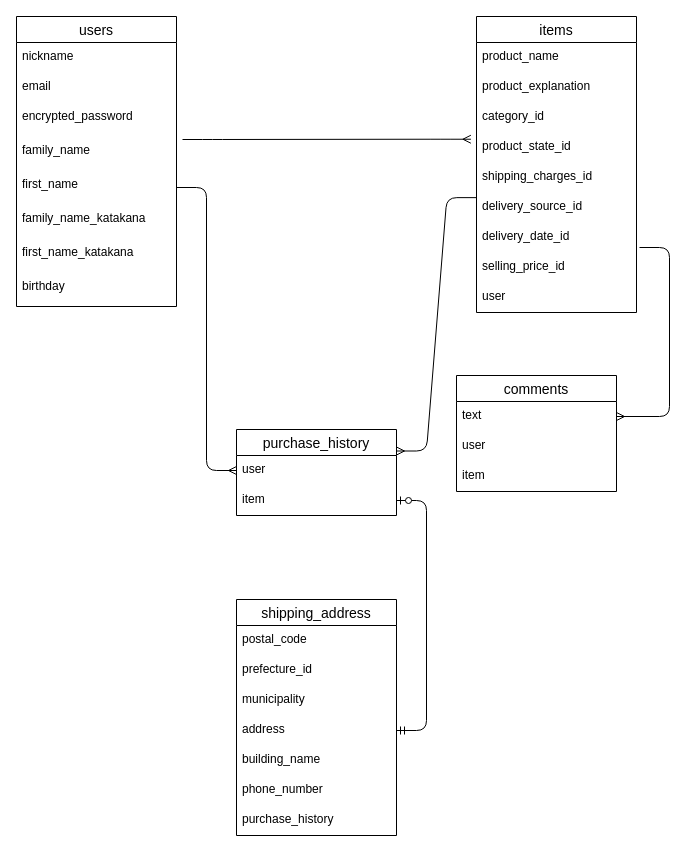
This is test.dio from kuniterukbo/furima-32573, a draw.io file, before an edit. Source tidied: cells renumbered, new cells numbered last; positions are measured from the earlier drawing's top-left corner, leaving out a move shared by most shapes. Both pictures are drawn from the tidied source at 100%, with x=0, y=0 at pixel (16, 16).
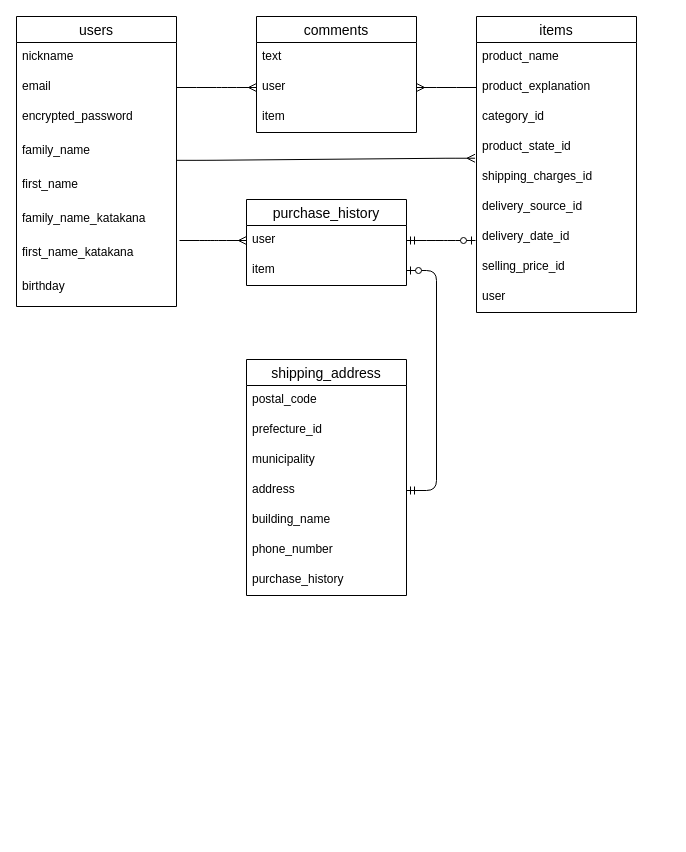
Above is the later version.

The change refers to these unchanged cells:
```xml
<mxCell id="4" value="email" style="text;strokeColor=none;fillColor=none;spacingLeft=4;spacingRight=4;overflow=hidden;points=[[0,0.5],[1,0.5]];portConstraint=eastwest;fontSize=12;" parent="2" vertex="1">
  <mxGeometry y="56" width="160" height="30" as="geometry" />
</mxCell>
<mxCell id="6" value="family_name " style="text;strokeColor=none;fillColor=none;spacingLeft=4;spacingRight=4;overflow=hidden;points=[[0,0.5],[1,0.5]];portConstraint=eastwest;fontSize=12;" parent="2" vertex="1">
  <mxGeometry y="120" width="160" height="34" as="geometry" />
</mxCell>
<mxCell id="7" value="first_name" style="text;strokeColor=none;fillColor=none;spacingLeft=4;spacingRight=4;overflow=hidden;points=[[0,0.5],[1,0.5]];portConstraint=eastwest;fontSize=12;" parent="2" vertex="1">
  <mxGeometry y="154" width="160" height="34" as="geometry" />
</mxCell>
<mxCell id="13" value="product_explanation" style="text;strokeColor=none;fillColor=none;spacingLeft=4;spacingRight=4;overflow=hidden;points=[[0,0.5],[1,0.5]];portConstraint=eastwest;fontSize=12;" parent="11" vertex="1">
  <mxGeometry y="56" width="160" height="30" as="geometry" />
</mxCell>
<mxCell id="15" value="product_state_id" style="text;strokeColor=none;fillColor=none;spacingLeft=4;spacingRight=4;overflow=hidden;points=[[0,0.5],[1,0.5]];portConstraint=eastwest;fontSize=12;" parent="11" vertex="1">
  <mxGeometry y="116" width="160" height="30" as="geometry" />
</mxCell>
<mxCell id="17" value="delivery_source_id" style="text;strokeColor=none;fillColor=none;spacingLeft=4;spacingRight=4;overflow=hidden;points=[[0,0.5],[1,0.5]];portConstraint=eastwest;fontSize=12;" parent="11" vertex="1">
  <mxGeometry y="176" width="160" height="30" as="geometry" />
</mxCell>
<mxCell id="22" value="user" style="text;strokeColor=none;fillColor=none;spacingLeft=4;spacingRight=4;overflow=hidden;points=[[0,0.5],[1,0.5]];portConstraint=eastwest;fontSize=12;" parent="21" vertex="1">
  <mxGeometry y="26" width="160" height="30" as="geometry" />
</mxCell>
<mxCell id="34" value="text" style="text;strokeColor=none;fillColor=none;spacingLeft=4;spacingRight=4;overflow=hidden;points=[[0,0.5],[1,0.5]];portConstraint=eastwest;fontSize=12;" parent="33" vertex="1">
  <mxGeometry y="26" width="160" height="30" as="geometry" />
</mxCell>
<mxCell id="35" value="user" style="text;strokeColor=none;fillColor=none;spacingLeft=4;spacingRight=4;overflow=hidden;points=[[0,0.5],[1,0.5]];portConstraint=eastwest;fontSize=12;" parent="33" vertex="1">
  <mxGeometry y="56" width="160" height="30" as="geometry" />
</mxCell>
```

Change to the diagram source:
```diff
@@
     <mxCell id="21" value="purchase_history" style="swimlane;fontStyle=0;horizontal=1;startSize=26;align=center;fontSize=14;" parent="1" vertex="1">
-      <mxGeometry x="220" y="413" width="160" height="86" as="geometry" />
+      <mxGeometry x="230" y="183" width="160" height="86" as="geometry" />
     </mxCell>
@@
     <mxCell id="24" value="shipping_address" style="swimlane;fontStyle=0;horizontal=1;startSize=26;align=center;fontSize=14;" parent="1" vertex="1">
-      <mxGeometry x="220" y="583" width="160" height="236" as="geometry" />
+      <mxGeometry x="230" y="343" width="160" height="236" as="geometry" />
     </mxCell>
@@
     <mxCell id="33" value="comments" style="swimlane;fontStyle=0;horizontal=1;startSize=26;align=center;fontSize=14;" parent="1" vertex="1">
-      <mxGeometry x="440" y="359" width="160" height="116" as="geometry" />
+      <mxGeometry x="240" width="160" height="116" as="geometry" />
     </mxCell>
@@
-    <mxCell id="37" style="edgeStyle=entityRelationEdgeStyle;fontSize=12;html=1;endArrow=ERmany;" parent="1" edge="1" target="34">
-      <mxGeometry relative="1" as="geometry">
-        <mxPoint x="623" y="231" as="sourcePoint" />
-      </mxGeometry>
+    <mxCell id="37" style="edgeStyle=entityRelationEdgeStyle;fontSize=12;html=1;endArrow=ERmany;exitX=0;exitY=0.5;exitDx=0;exitDy=0;entryX=1;entryY=0.5;entryDx=0;entryDy=0;" parent="1" edge="1" source="13" target="35">
+      <mxGeometry relative="1" as="geometry" />
     </mxCell>
-    <mxCell id="38" style="edgeStyle=entityRelationEdgeStyle;fontSize=12;html=1;endArrow=ERmany;entryX=1;entryY=0.25;entryDx=0;entryDy=0;exitX=0.002;exitY=0.171;exitDx=0;exitDy=0;exitPerimeter=0;" parent="1" edge="1" source="17" target="21">
-      <mxGeometry relative="1" as="geometry" />
-    </mxCell>
-    <mxCell id="39" style="edgeStyle=entityRelationEdgeStyle;fontSize=12;html=1;endArrow=ERmany;entryX=0;entryY=0.5;entryDx=0;entryDy=0;exitX=1;exitY=0.5;exitDx=0;exitDy=0;" parent="1" edge="1" source="7" target="22">
-      <mxGeometry relative="1" as="geometry" />
+    <mxCell id="39" style="edgeStyle=entityRelationEdgeStyle;fontSize=12;html=1;endArrow=ERmany;entryX=0;entryY=0.5;entryDx=0;entryDy=0;" parent="1" edge="1" target="22">
+      <mxGeometry relative="1" as="geometry">
+        <mxPoint x="163" y="224" as="sourcePoint" />
+      </mxGeometry>
     </mxCell>
-    <mxCell id="40" style="edgeStyle=entityRelationEdgeStyle;fontSize=12;html=1;endArrow=ERmany;entryX=-0.035;entryY=0.224;entryDx=0;entryDy=0;entryPerimeter=0;" parent="1" edge="1" target="15">
-      <mxGeometry relative="1" as="geometry">
-        <mxPoint x="166" y="123" as="sourcePoint" />
-      </mxGeometry>
+    <mxCell id="40" style="edgeStyle=entityRelationEdgeStyle;fontSize=12;html=1;endArrow=ERmany;entryX=-0.009;entryY=0.858;entryDx=0;entryDy=0;entryPerimeter=0;exitX=0.997;exitY=0.701;exitDx=0;exitDy=0;exitPerimeter=0;" parent="1" edge="1" source="6" target="15">
+      <mxGeometry relative="1" as="geometry" />
     </mxCell>
+    <mxCell id="41" style="edgeStyle=entityRelationEdgeStyle;fontSize=12;html=1;endArrow=ERzeroToOne;startArrow=ERmandOne;exitX=1;exitY=0.5;exitDx=0;exitDy=0;" parent="1" edge="1" source="22">
+      <mxGeometry relative="1" as="geometry">
+        <mxPoint x="459" y="224" as="targetPoint" />
+      </mxGeometry>
+    </mxCell>
+    <mxCell id="42" style="edgeStyle=entityRelationEdgeStyle;fontSize=12;html=1;endArrow=ERmany;exitX=1;exitY=0.5;exitDx=0;exitDy=0;entryX=0;entryY=0.5;entryDx=0;entryDy=0;" parent="1" edge="1" source="4" target="35">
+      <mxGeometry relative="1" as="geometry" />
+    </mxCell>
```
